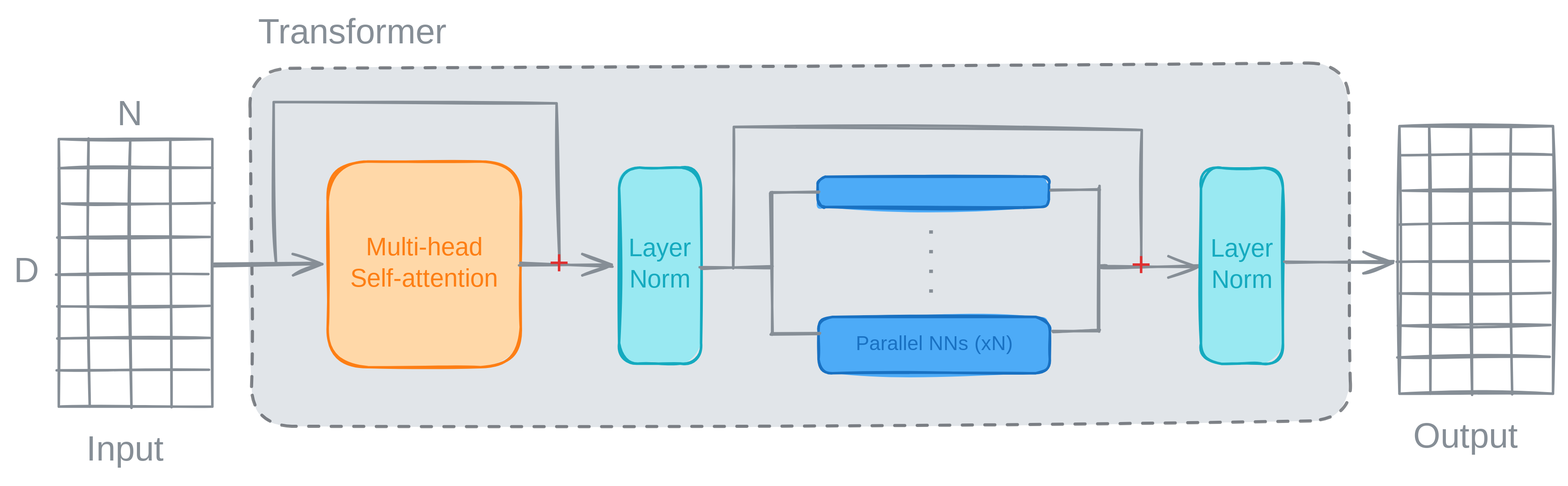
rowan-dauria/my-website keeps this Excalidraw diagram as public/transformer.svg. Above is the earlier version. Source tidied: one line per element, renumbered; positions are measured from the earlier drawing's top-left corner, leaving out a move shared by most shapes. The source it was exported from:
```json
{"id": 0, "type": "rectangle", "strokeColor": "#343a40", "angle": 6.28, "backgroundColor": "#ced4da", "fillStyle": "solid", "strokeWidth": 2, "strokeStyle": "dashed", "roughness": 1, "opacity": 60, "round": true, "x": 190, "y": 42, "width": 878, "height": 286}
{"id": 1, "type": "rectangle", "strokeColor": "#fd7e14", "backgroundColor": "#ffd8a8", "fillStyle": "solid", "strokeWidth": 2, "roughness": 1, "round": true, "x": 251, "y": 119, "width": 154, "height": 164}
{"id": 2, "type": "text", "text": "Multi-head\nSelf-attention", "strokeColor": "#fd7e14", "backgroundColor": "#4dabf7", "fillStyle": "solid", "strokeWidth": 2, "roughness": 1, "fontSize": 20, "fontFamily": 5, "textAlign": "center", "verticalAlign": "middle", "inside": 1, "x": 259, "y": 176, "width": 139, "height": 50}
{"id": 3, "type": "rectangle", "strokeColor": "#15aabf", "backgroundColor": "#99e9f2", "fillStyle": "solid", "strokeWidth": 2, "roughness": 1, "round": true, "x": 484, "y": 124, "width": 65, "height": 157}
{"id": 4, "type": "text", "text": "Layer\nNorm", "strokeColor": "#15aabf", "backgroundColor": "#4dabf7", "fillStyle": "solid", "strokeWidth": 2, "roughness": 1, "fontSize": 20, "fontFamily": 5, "textAlign": "center", "verticalAlign": "middle", "inside": 3, "x": 491, "y": 177, "width": 52, "height": 50}
{"id": 5, "type": "rectangle", "strokeColor": "#1971c2", "backgroundColor": "#4dabf7", "fillStyle": "solid", "strokeWidth": 2, "roughness": 1, "round": true, "x": 643, "y": 131, "width": 185, "height": 24}
{"id": 6, "type": "rectangle", "strokeColor": "#1971c2", "backgroundColor": "#4dabf7", "fillStyle": "solid", "strokeWidth": 2, "roughness": 1, "round": true, "x": 643, "y": 243, "width": 185, "height": 45}
{"id": 7, "type": "text", "text": "Parallel NNs (xN)", "strokeColor": "#1971c2", "strokeWidth": 2, "roughness": 1, "fontSize": 16, "fontFamily": 5, "textAlign": "center", "verticalAlign": "middle", "inside": 6, "x": 671, "y": 256, "width": 129, "height": 20}
{"id": 8, "type": "arrow", "strokeColor": "#868e96", "backgroundColor": "#4dabf7", "fillStyle": "solid", "strokeWidth": 2, "roughness": 1, "endArrowhead": "arrow", "round": true, "to": 3, "x": 405, "y": 201, "width": 74, "height": 1, "points": [[0, 0], [74, 1]]}
{"id": 9, "type": "line", "strokeColor": "#868e96", "backgroundColor": "#ffd8a8", "fillStyle": "solid", "strokeWidth": 2, "roughness": 1, "round": true, "x": 550, "y": 205, "width": 57, "height": 2, "points": [[0, 0], [57, -2]]}
{"id": 10, "type": "line", "strokeColor": "#868e96", "backgroundColor": "#ffd8a8", "fillStyle": "solid", "strokeWidth": 2, "roughness": 1, "round": true, "x": 606, "y": 144, "width": 0, "height": 113, "points": [[0, 0], [0, 113]]}
{"id": 11, "type": "line", "strokeColor": "#868e96", "backgroundColor": "#ffd8a8", "fillStyle": "solid", "strokeWidth": 2, "roughness": 1, "round": true, "x": 606, "y": 257, "width": 39, "height": 0, "points": [[0, 0], [39, 0]]}
{"id": 12, "type": "line", "strokeColor": "#868e96", "backgroundColor": "#ffd8a8", "fillStyle": "solid", "strokeWidth": 2, "roughness": 1, "round": true, "x": 606, "y": 144, "width": 38, "height": 0, "points": [[0, 0], [38, 0]]}
{"id": 13, "type": "text", "text": ". . . .", "strokeColor": "#868e96", "angle": 1.57, "backgroundColor": "#ffd8a8", "fillStyle": "solid", "strokeWidth": 2, "roughness": 1, "fontSize": 28, "fontFamily": 5, "textAlign": "center", "x": 707, "y": 182, "width": 64, "height": 35}
{"id": 14, "type": "line", "strokeColor": "#868e96", "angle": 3.14, "backgroundColor": "#ffd8a8", "fillStyle": "solid", "strokeWidth": 2, "roughness": 1, "round": true, "x": 867, "y": 140, "width": 0, "height": 113, "points": [[0, 0], [0, 113]]}
{"id": 15, "type": "line", "strokeColor": "#868e96", "angle": 3.14, "backgroundColor": "#ffd8a8", "fillStyle": "solid", "strokeWidth": 2, "roughness": 1, "round": true, "x": 829, "y": 142, "width": 39, "height": 0, "points": [[0, 0], [39, 0]]}
{"id": 16, "type": "line", "strokeColor": "#868e96", "angle": 3.14, "backgroundColor": "#ffd8a8", "fillStyle": "solid", "strokeWidth": 2, "roughness": 1, "round": true, "x": 830, "y": 255, "width": 38, "height": 0, "points": [[0, 0], [38, 0]]}
{"id": 17, "type": "arrow", "strokeColor": "#868e96", "backgroundColor": "#ffd8a8", "fillStyle": "solid", "strokeWidth": 2, "roughness": 1, "endArrowhead": "arrow", "round": true, "x": 873, "y": 203, "width": 74, "height": 1, "points": [[0, 0], [2, 0], [74, -1]]}
{"id": 18, "type": "rectangle", "strokeColor": "#15aabf", "backgroundColor": "#99e9f2", "fillStyle": "solid", "strokeWidth": 2, "roughness": 1, "round": true, "x": 949, "y": 124, "width": 65, "height": 157}
{"id": 19, "type": "text", "text": "Layer\nNorm", "strokeColor": "#15aabf", "backgroundColor": "#4dabf7", "fillStyle": "solid", "strokeWidth": 2, "roughness": 1, "fontSize": 20, "fontFamily": 5, "textAlign": "center", "verticalAlign": "middle", "inside": 18, "x": 956, "y": 177, "width": 52, "height": 50}
{"id": 20, "type": "rectangle", "strokeColor": "#868e96", "strokeWidth": 2, "roughness": 1, "x": 37, "y": 101, "width": 123, "height": 214}
{"id": 21, "type": "line", "strokeColor": "#868e96", "strokeWidth": 2, "roughness": 1, "x": 60, "y": 101, "width": 1, "height": 214, "points": [[0, 0], [1, 214]]}
{"id": 22, "type": "line", "strokeColor": "#868e96", "strokeWidth": 2, "roughness": 1, "x": 94, "y": 102, "width": 1, "height": 214, "points": [[0, 0], [1, 214]]}
{"id": 23, "type": "line", "strokeColor": "#868e96", "strokeWidth": 2, "roughness": 1, "x": 126, "y": 101, "width": 1, "height": 214, "points": [[0, 0], [1, 214]]}
{"id": 24, "type": "line", "strokeColor": "#868e96", "strokeWidth": 2, "roughness": 1, "x": 37, "y": 124, "width": 123, "height": 0, "points": [[0, 0], [122, 0], [123, 0]]}
{"id": 25, "type": "line", "strokeColor": "#868e96", "strokeWidth": 2, "roughness": 1, "x": 35, "y": 180, "width": 122, "height": 0, "points": [[0, 0], [122, 0]]}
{"id": 26, "type": "line", "strokeColor": "#868e96", "strokeWidth": 2, "roughness": 1, "x": 39, "y": 153, "width": 122, "height": 0, "points": [[0, 0], [122, 0]]}
{"id": 27, "type": "line", "strokeColor": "#868e96", "strokeWidth": 2, "roughness": 1, "x": 34, "y": 209, "width": 122, "height": 0, "points": [[0, 0], [122, 0]]}
{"id": 28, "type": "line", "strokeColor": "#868e96", "strokeWidth": 2, "roughness": 1, "x": 35, "y": 235, "width": 122, "height": 0, "points": [[0, 0], [122, 0]]}
{"id": 29, "type": "line", "strokeColor": "#868e96", "strokeWidth": 2, "roughness": 1, "x": 35, "y": 261, "width": 122, "height": 0, "points": [[0, 0], [122, 0]]}
{"id": 30, "type": "line", "strokeColor": "#868e96", "strokeWidth": 2, "roughness": 1, "x": 35, "y": 286, "width": 122, "height": 0, "points": [[0, 0], [122, 0]]}
{"id": 31, "type": "text", "text": "Input", "strokeColor": "#868e96", "strokeWidth": 2, "roughness": 1, "fontSize": 28, "fontFamily": 5, "textAlign": "center", "x": 52, "y": 333, "width": 76, "height": 35}
{"id": 32, "type": "text", "text": "D", "strokeColor": "#868e96", "strokeWidth": 2, "roughness": 1, "fontSize": 28, "fontFamily": 5, "textAlign": "center", "x": 0, "y": 191, "width": 22, "height": 35}
{"id": 33, "type": "text", "text": "N", "strokeColor": "#868e96", "strokeWidth": 2, "roughness": 1, "fontSize": 28, "fontFamily": 5, "textAlign": "center", "x": 84, "y": 65, "width": 18, "height": 35}
{"id": 34, "type": "arrow", "strokeColor": "#868e96", "backgroundColor": "#4dabf7", "fillStyle": "solid", "strokeWidth": 2, "roughness": 1, "endArrowhead": "arrow", "round": true, "to": 1, "x": 161, "y": 202, "width": 85, "height": 1, "points": [[0, 0], [85, -1]]}
{"id": 35, "type": "line", "strokeColor": "#868e96", "strokeWidth": 2, "roughness": 1, "x": 210, "y": 201, "width": 228, "height": 129, "points": [[0, 0], [-2, -129], [224, -128], [226, 0]]}
{"id": 36, "type": "line", "strokeColor": "#868e96", "strokeWidth": 2, "roughness": 1, "x": 575, "y": 204, "width": 326, "height": 113, "points": [[0, 0], [0, -113], [326, -111], [326, -1]]}
{"id": 37, "type": "text", "text": "+", "strokeColor": "#e03131", "strokeWidth": 2, "roughness": 1, "fontSize": 28, "fontFamily": 5, "textAlign": "center", "x": 429, "y": 185, "width": 15, "height": 35}
{"id": 38, "type": "text", "text": "+", "strokeColor": "#e03131", "strokeWidth": 2, "roughness": 1, "fontSize": 28, "fontFamily": 5, "textAlign": "center", "x": 894, "y": 186, "width": 15, "height": 35}
{"id": 39, "type": "arrow", "strokeColor": "#868e96", "backgroundColor": "#4dabf7", "fillStyle": "solid", "strokeWidth": 2, "roughness": 1, "endArrowhead": "arrow", "round": true, "x": 1017, "y": 200, "width": 85, "height": 1, "points": [[0, 0], [85, -1]]}
{"id": 40, "type": "rectangle", "strokeColor": "#868e96", "strokeWidth": 2, "roughness": 1, "x": 1107, "y": 91, "width": 123, "height": 214}
{"id": 41, "type": "line", "strokeColor": "#868e96", "strokeWidth": 2, "roughness": 1, "x": 1131, "y": 90, "width": 1, "height": 214, "points": [[0, 0], [1, 214]]}
{"id": 42, "type": "line", "strokeColor": "#868e96", "strokeWidth": 2, "roughness": 1, "x": 1164, "y": 91, "width": 1, "height": 214, "points": [[0, 0], [1, 214]]}
{"id": 43, "type": "line", "strokeColor": "#868e96", "strokeWidth": 2, "roughness": 1, "x": 1196, "y": 91, "width": 1, "height": 214, "points": [[0, 0], [1, 214]]}
{"id": 44, "type": "line", "strokeColor": "#868e96", "strokeWidth": 2, "roughness": 1, "x": 1107, "y": 114, "width": 123, "height": 0, "points": [[0, 0], [122, 0], [123, 0]]}
{"id": 45, "type": "line", "strokeColor": "#868e96", "strokeWidth": 2, "roughness": 1, "x": 1106, "y": 170, "width": 122, "height": 0, "points": [[0, 0], [122, 0]]}
{"id": 46, "type": "line", "strokeColor": "#868e96", "strokeWidth": 2, "roughness": 1, "x": 1110, "y": 142, "width": 122, "height": 0, "points": [[0, 0], [122, 0]]}
{"id": 47, "type": "line", "strokeColor": "#868e96", "strokeWidth": 2, "roughness": 1, "x": 1105, "y": 199, "width": 122, "height": 0, "points": [[0, 0], [122, 0]]}
{"id": 48, "type": "line", "strokeColor": "#868e96", "strokeWidth": 2, "roughness": 1, "x": 1106, "y": 225, "width": 122, "height": 0, "points": [[0, 0], [122, 0]]}
{"id": 49, "type": "line", "strokeColor": "#868e96", "strokeWidth": 2, "roughness": 1, "x": 1106, "y": 250, "width": 122, "height": 0, "points": [[0, 0], [122, 0]]}
{"id": 50, "type": "line", "strokeColor": "#868e96", "strokeWidth": 2, "roughness": 1, "x": 1106, "y": 276, "width": 122, "height": 0, "points": [[0, 0], [122, 0]]}
{"id": 51, "type": "text", "text": "Output", "strokeColor": "#868e96", "strokeWidth": 2, "roughness": 1, "fontSize": 28, "fontFamily": 5, "textAlign": "center", "x": 1111, "y": 323, "width": 98, "height": 35}
{"id": 52, "type": "text", "text": "Transformer", "strokeColor": "#868e96", "strokeWidth": 2, "roughness": 1, "fontSize": 28, "fontFamily": 5, "textAlign": "center", "x": 188, "y": 0, "width": 166, "height": 35}
```
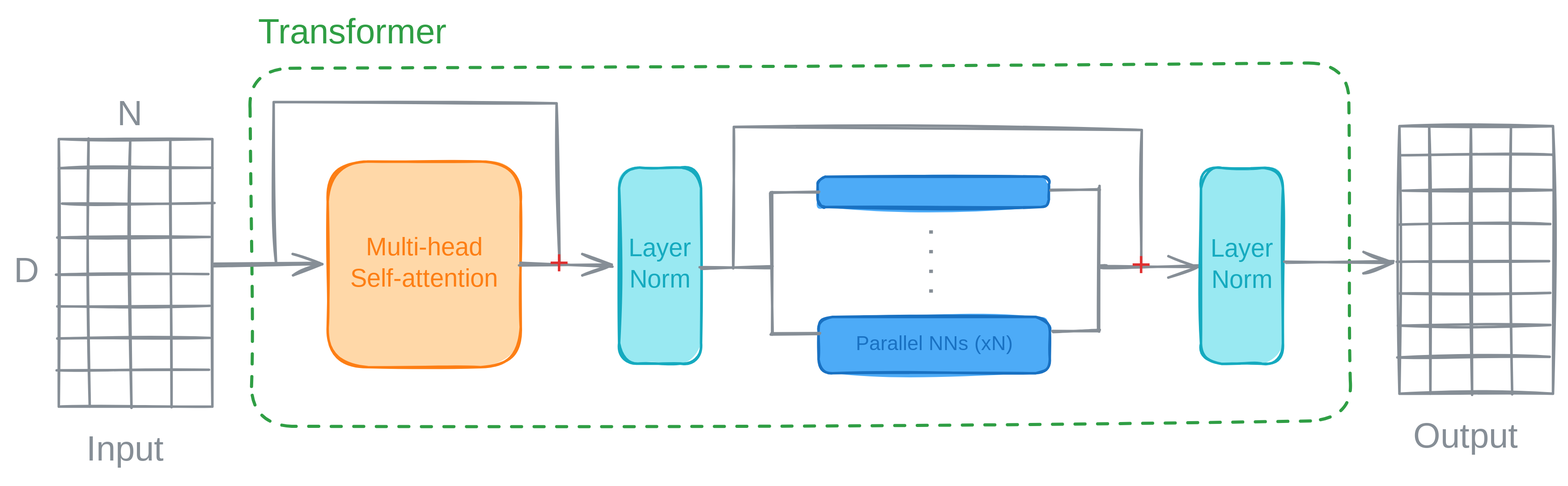
After the change.

Commit message:
update transformer diagram

Diff of the diagram source:
```diff
@@ -1,4 +1,4 @@
-{"id": 0, "type": "rectangle", "strokeColor": "#343a40", "angle": 6.28, "backgroundColor": "#ced4da", "fillStyle": "solid", "strokeWidth": 2, "strokeStyle": "dashed", "roughness": 1, "opacity": 60, "round": true, "x": 190, "y": 42, "width": 878, "height": 286}
+{"id": 0, "type": "rectangle", "strokeColor": "#2f9e44", "angle": 6.28, "strokeWidth": 2, "strokeStyle": "dashed", "roughness": 1, "round": true, "x": 190, "y": 42, "width": 878, "height": 286}
 {"id": 1, "type": "rectangle", "strokeColor": "#fd7e14", "backgroundColor": "#ffd8a8", "fillStyle": "solid", "strokeWidth": 2, "roughness": 1, "round": true, "x": 251, "y": 119, "width": 154, "height": 164}
 {"id": 2, "type": "text", "text": "Multi-head\nSelf-attention", "strokeColor": "#fd7e14", "backgroundColor": "#4dabf7", "fillStyle": "solid", "strokeWidth": 2, "roughness": 1, "fontSize": 20, "fontFamily": 5, "textAlign": "center", "verticalAlign": "middle", "inside": 1, "x": 259, "y": 176, "width": 139, "height": 50}
 {"id": 3, "type": "rectangle", "strokeColor": "#15aabf", "backgroundColor": "#99e9f2", "fillStyle": "solid", "strokeWidth": 2, "roughness": 1, "round": true, "x": 484, "y": 124, "width": 65, "height": 157}
@@ -50,4 +50,4 @@
 {"id": 49, "type": "line", "strokeColor": "#868e96", "strokeWidth": 2, "roughness": 1, "x": 1106, "y": 250, "width": 122, "height": 0, "points": [[0, 0], [122, 0]]}
 {"id": 50, "type": "line", "strokeColor": "#868e96", "strokeWidth": 2, "roughness": 1, "x": 1106, "y": 276, "width": 122, "height": 0, "points": [[0, 0], [122, 0]]}
 {"id": 51, "type": "text", "text": "Output", "strokeColor": "#868e96", "strokeWidth": 2, "roughness": 1, "fontSize": 28, "fontFamily": 5, "textAlign": "center", "x": 1111, "y": 323, "width": 98, "height": 35}
-{"id": 52, "type": "text", "text": "Transformer", "strokeColor": "#868e96", "strokeWidth": 2, "roughness": 1, "fontSize": 28, "fontFamily": 5, "textAlign": "center", "x": 188, "y": 0, "width": 166, "height": 35}
+{"id": 52, "type": "text", "text": "Transformer", "strokeColor": "#2f9e44", "strokeWidth": 2, "roughness": 1, "fontSize": 28, "fontFamily": 5, "textAlign": "center", "x": 188, "y": 0, "width": 166, "height": 35}
```
